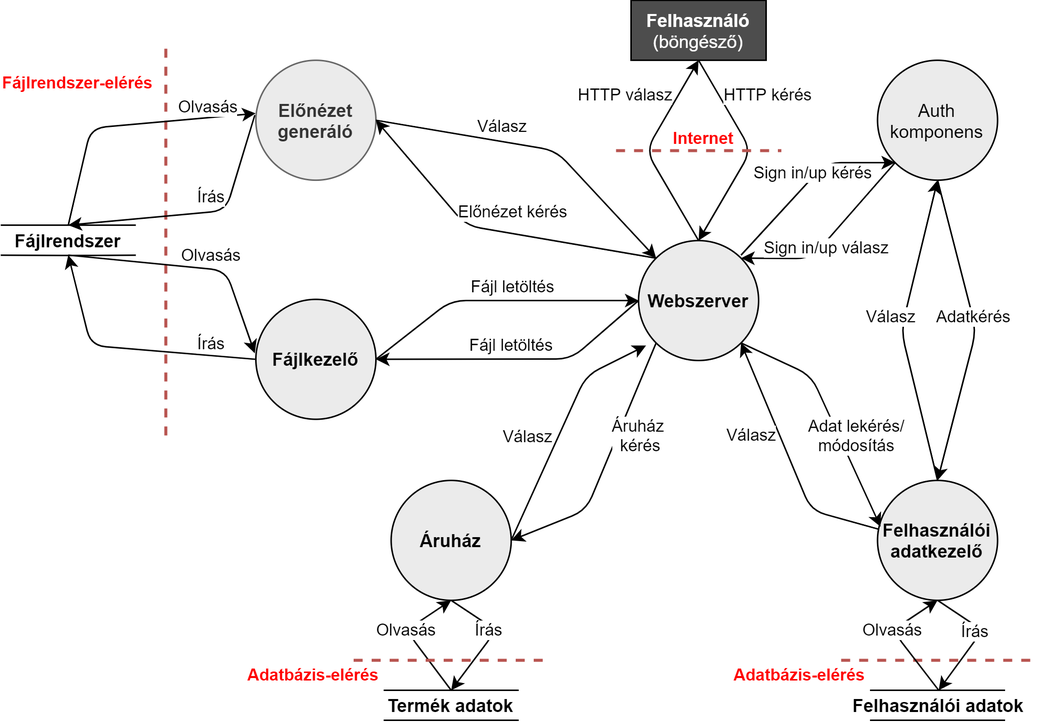
gurubib/pangolin-webshop keeps this draw.io diagram as img/pangolin-data-flow-diagram.png. Above is the earlier version. Source tidied: cells renumbered, new cells last; positions are measured from the earlier drawing's top-left corner, leaving out a move shared by most shapes.
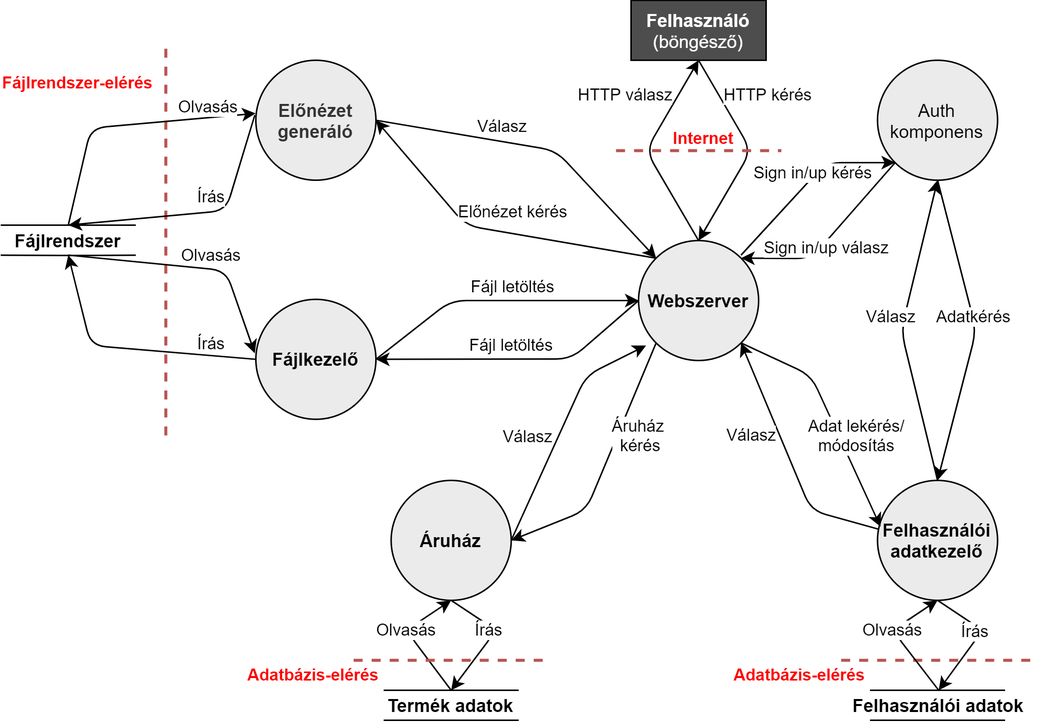
Above is the later version.

Commit message:
Modify a grey line to black on the data-flow diagram

The edit, as a diff of the source:
```diff
@@ -17,7 +17,7 @@
     <mxCell id="6" value="Fájlkezelő" style="ellipse;whiteSpace=wrap;html=1;fontStyle=1;fillColor=#EBEBEB;" parent="1" vertex="1">
       <mxGeometry x="170" y="199.2" width="80" height="80" as="geometry" />
     </mxCell>
-    <mxCell id="7" value="Előnézet generáló" style="ellipse;whiteSpace=wrap;html=1;strokeColor=#666666;fontColor=#333333;fillColor=#EBEBEB;fontStyle=1;" parent="1" vertex="1">
+    <mxCell id="7" value="Előnézet generáló" style="ellipse;whiteSpace=wrap;html=1;fontColor=#333333;fillColor=#EBEBEB;fontStyle=1;" parent="1" vertex="1">
       <mxGeometry x="170" y="39.7" width="80" height="80" as="geometry" />
     </mxCell>
     <mxCell id="8" value="Áruház" style="ellipse;whiteSpace=wrap;html=1;fontStyle=1;fillColor=#EBEBEB;" parent="1" vertex="1">
```
